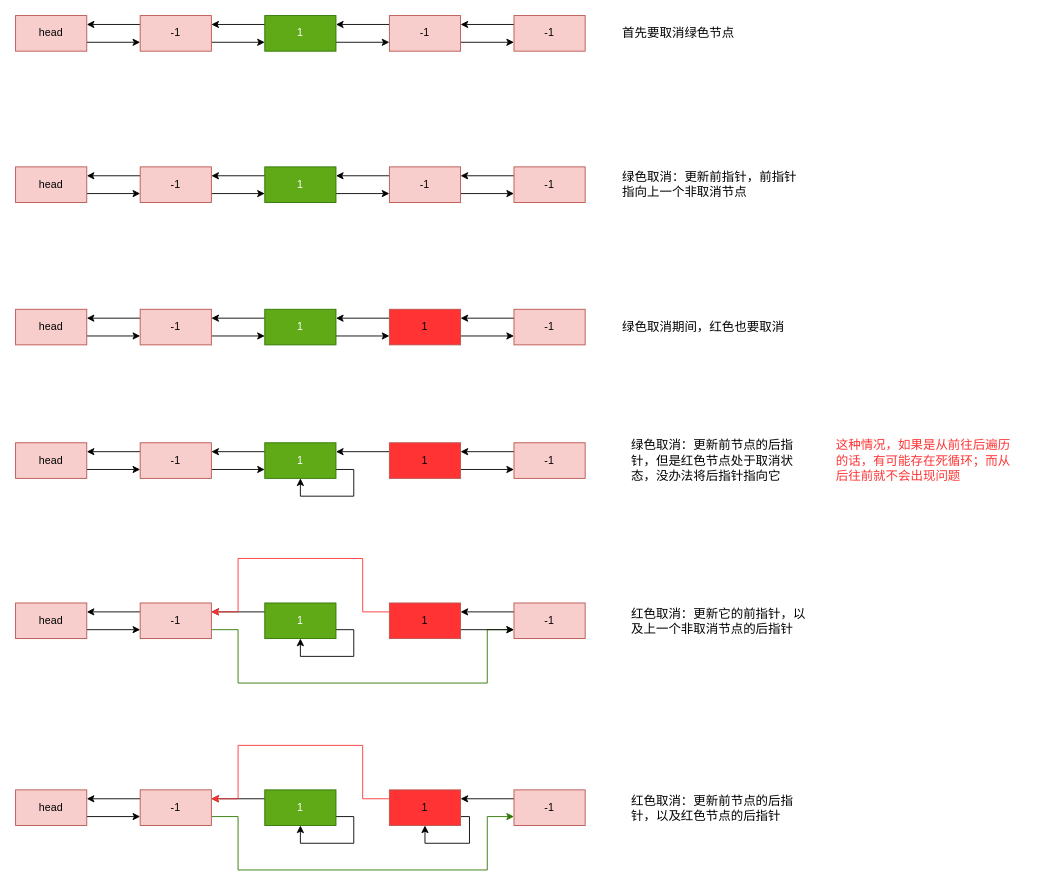
Before: lang/java/source/jdk8/AQS取消.drawio in weijiaduo/weijiaduo.github.io, a draw.io diagram. Source tidied: cells renumbered, new cells numbered last; positions are measured from the earlier drawing's top-left corner, leaving out a move shared by most shapes. Both pictures are drawn from the tidied source at 89%, with x=0, y=0 at pixel (15, 15).
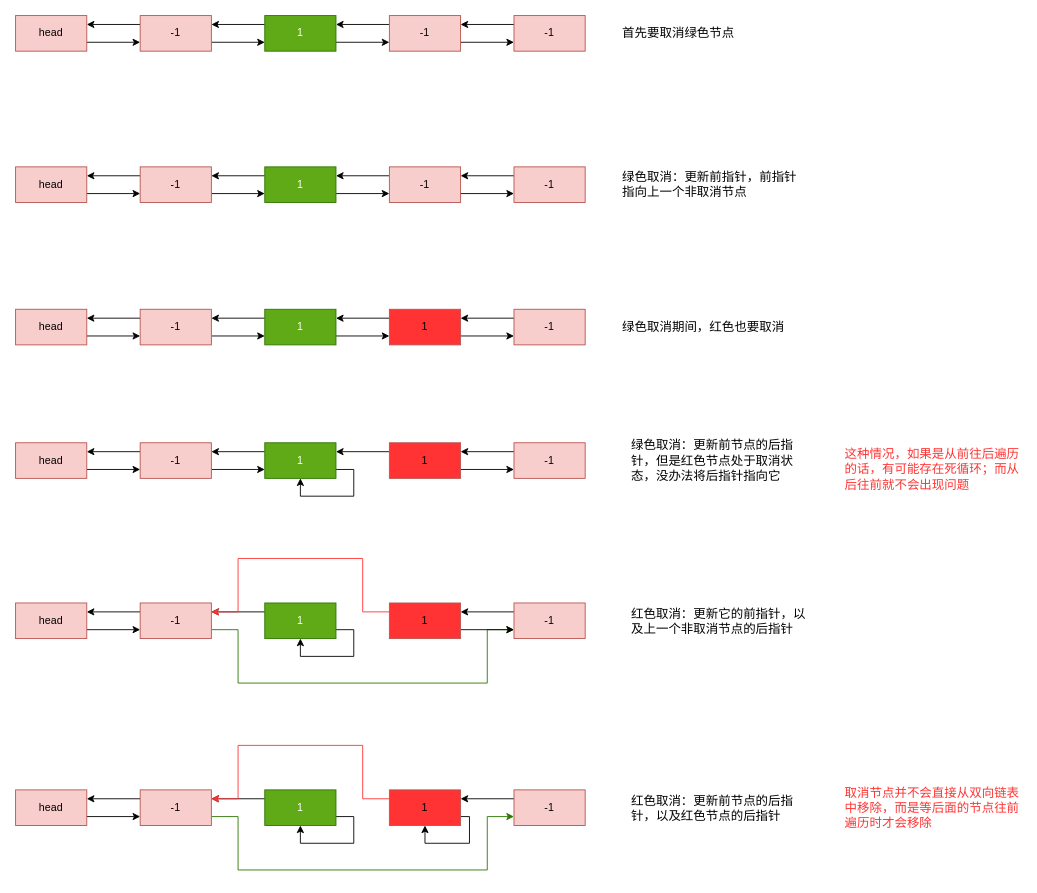
Above is the later version.

What changed in the source:
```diff
@@
-    <mxCell id="86" value="&lt;font color=&quot;#ff3333&quot; style=&quot;font-size: 14px;&quot;&gt;这种情况，如果是从前往后遍历的话，有可能存在死循环；而从后往前就不会出现问题&lt;/font&gt;" style="text;html=1;strokeColor=none;fillColor=none;align=left;verticalAlign=middle;whiteSpace=wrap;rounded=0;" parent="1" vertex="1">
-      <mxGeometry x="920" y="470.6" width="200" height="58.8" as="geometry" />
+    <mxCell id="86" value="&lt;font color=&quot;#ff3333&quot; style=&quot;font-size: 14px;&quot;&gt;取消节点并不会直接从双向链表中移除，而是等后面的节点往前遍历时才会移除&lt;/font&gt;" style="text;html=1;strokeColor=none;fillColor=none;align=left;verticalAlign=middle;whiteSpace=wrap;rounded=0;" parent="1" vertex="1">
+      <mxGeometry x="930" y="860.6" width="200" height="58.8" as="geometry" />
     </mxCell>
+    <mxCell id="87" value="&lt;font color=&quot;#ff3333&quot; style=&quot;font-size: 14px;&quot;&gt;这种情况，如果是从前往后遍历的话，有可能存在死循环；而从后往前就不会出现问题&lt;/font&gt;" style="text;html=1;strokeColor=none;fillColor=none;align=left;verticalAlign=middle;whiteSpace=wrap;rounded=0;" parent="1" vertex="1">
+      <mxGeometry x="930" y="480.6" width="200" height="58.8" as="geometry" />
+    </mxCell>
```
